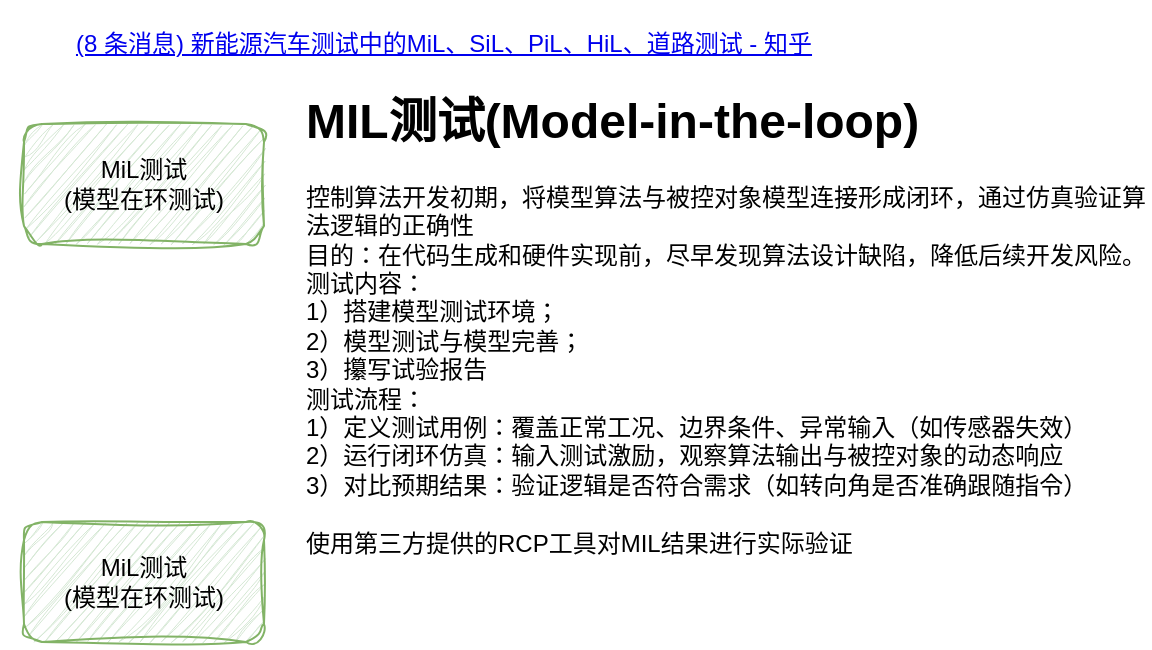
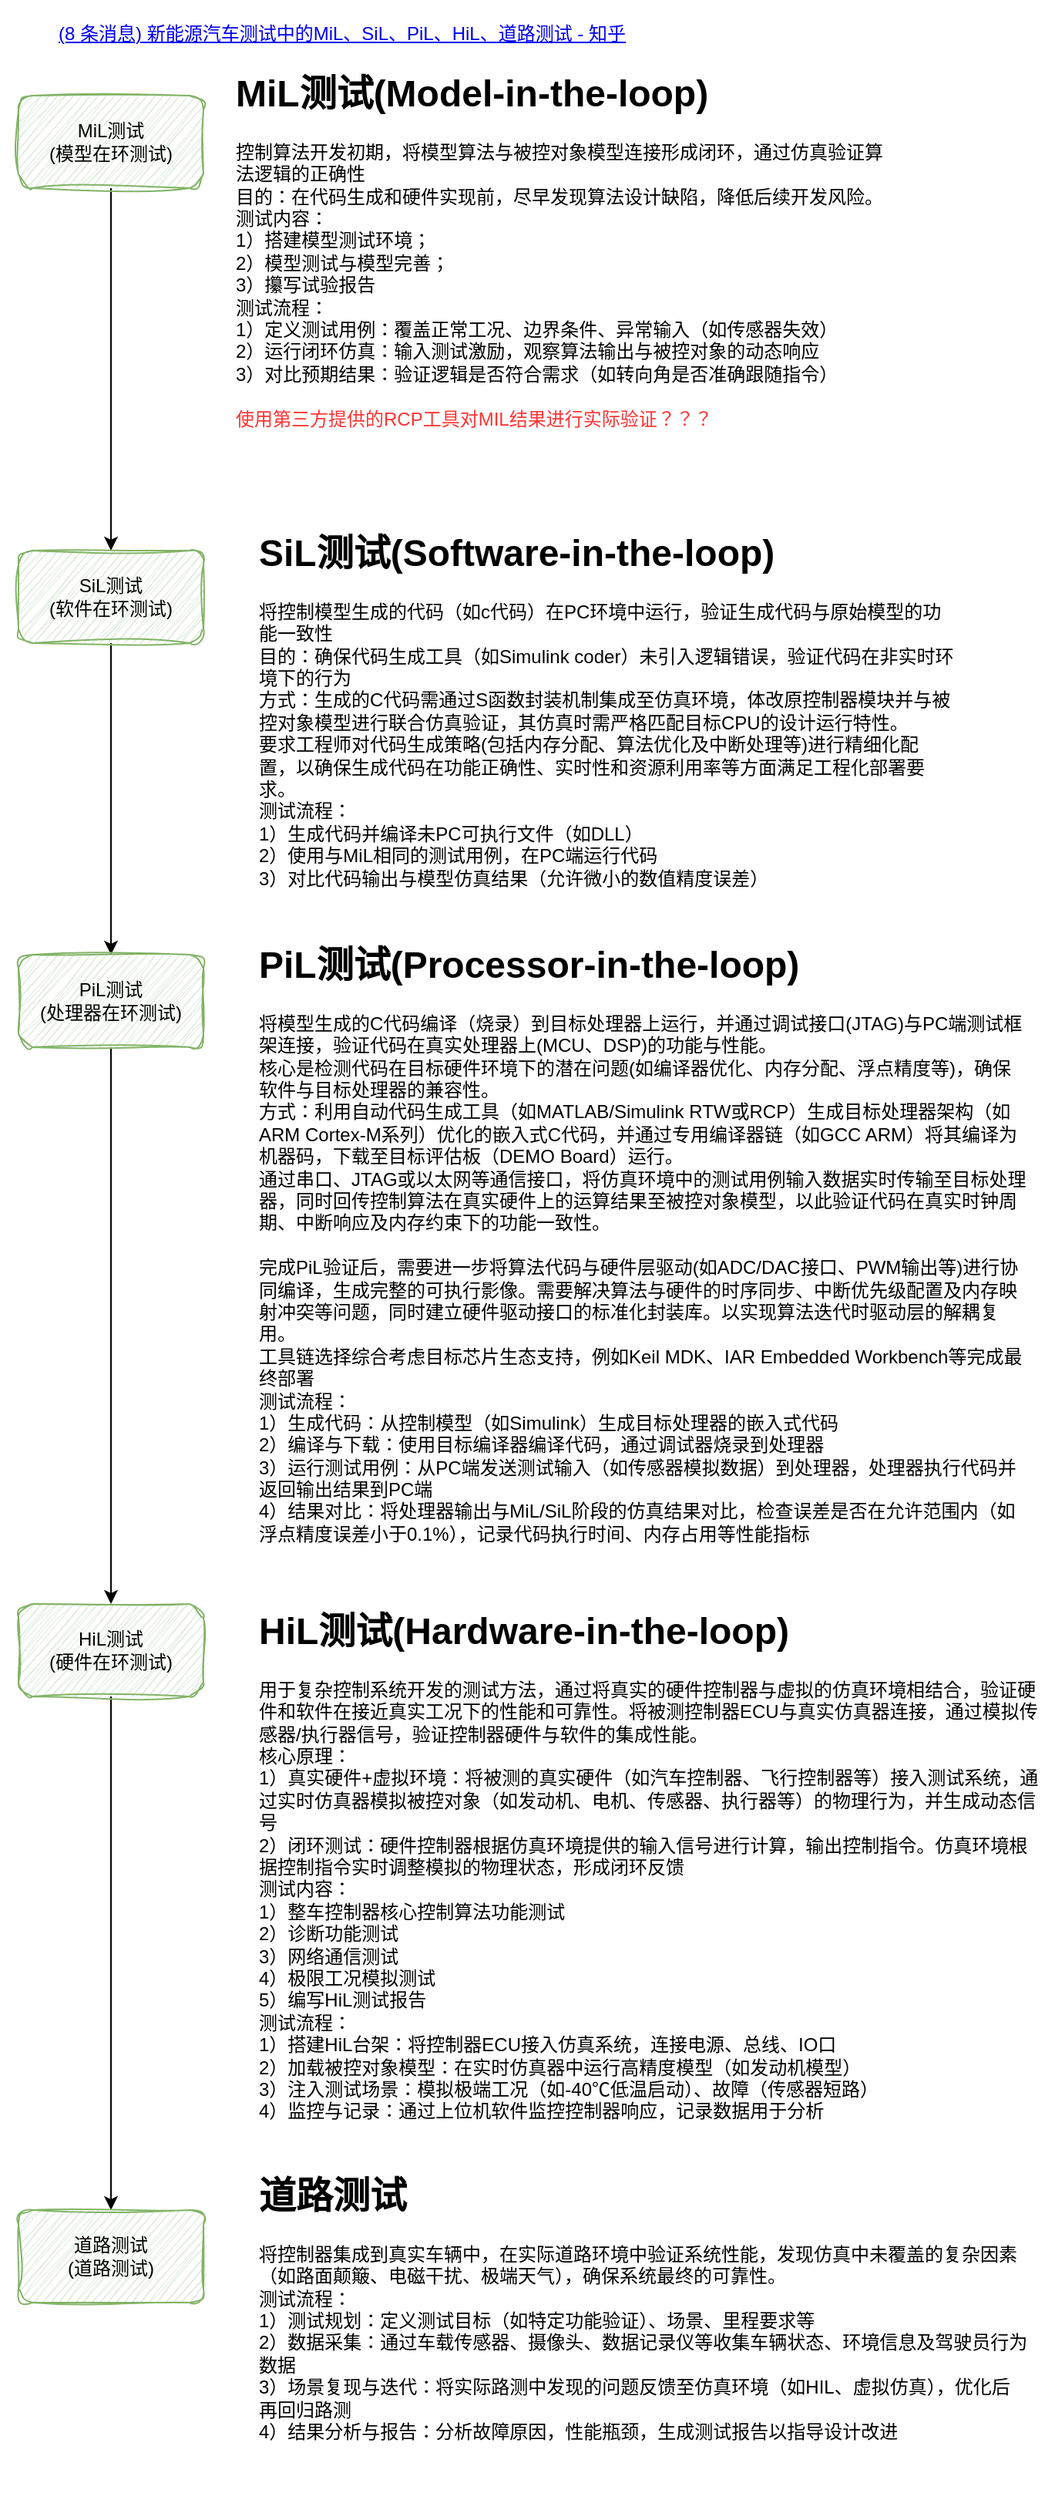
<mxfile host="app.diagrams.net">
  <diagram name="第 1 页" id="SPJzrtFJ2h2y-7jRp7m4">
    <mxGraphModel dx="754" dy="1139" grid="0" gridSize="10" guides="1" tooltips="1" connect="1" arrows="1" fold="1" page="1" pageScale="1" pageWidth="827" pageHeight="1169" math="0" shadow="0">
      <root>
        <mxCell id="0" />
        <mxCell id="1" parent="0" />
+         <mxCell id="-b37v0VHe5EqFnSivpbF-16" edge="1" parent="1" source="mNEA2bSVfQqrhph_DYo6-2" style="edgeStyle=orthogonalEdgeStyle;rounded=0;orthogonalLoop=1;jettySize=auto;html=1;exitX=0.5;exitY=1;exitDx=0;exitDy=0;fontFamily=Helvetica;fontSize=12;fontColor=default;" target="mNEA2bSVfQqrhph_DYo6-3">
+           <mxGeometry relative="1" as="geometry" />
+         </mxCell>
        <mxCell id="mNEA2bSVfQqrhph_DYo6-2" parent="1" style="rounded=1;whiteSpace=wrap;html=1;sketch=1;curveFitting=1;jiggle=2;fillColor=#d5e8d4;strokeColor=#82b366;" value="MiL测试&lt;div&gt;(模型在环测试)&lt;/div&gt;" vertex="1">
          <mxGeometry height="60" width="120" x="41" y="240" as="geometry" />
        </mxCell>
-         <mxCell id="mNEA2bSVfQqrhph_DYo6-3" parent="1" style="rounded=1;whiteSpace=wrap;html=1;sketch=1;curveFitting=1;jiggle=2;fillColor=#d5e8d4;strokeColor=#82b366;" value="MiL测试&lt;div&gt;(模型在环测试)&lt;/div&gt;" vertex="1">
-           <mxGeometry height="60" width="120" x="41" y="439" as="geometry" />
+         <mxCell id="-b37v0VHe5EqFnSivpbF-17" edge="1" parent="1" source="mNEA2bSVfQqrhph_DYo6-3" style="edgeStyle=orthogonalEdgeStyle;rounded=0;orthogonalLoop=1;jettySize=auto;html=1;exitX=0.5;exitY=1;exitDx=0;exitDy=0;fontFamily=Helvetica;fontSize=12;fontColor=default;" target="-b37v0VHe5EqFnSivpbF-9">
+           <mxGeometry relative="1" as="geometry" />
+         </mxCell>
+         <mxCell id="mNEA2bSVfQqrhph_DYo6-3" parent="1" style="rounded=1;whiteSpace=wrap;html=1;sketch=1;curveFitting=1;jiggle=2;fillColor=#d5e8d4;strokeColor=#82b366;" value="SiL测试&lt;div&gt;(软件在环测试)&lt;/div&gt;" vertex="1">
+           <mxGeometry height="60" width="120" x="41" y="535" as="geometry" />
        </mxCell>
        <UserObject label="&#xa;&lt;a href=&quot;https://zhuanlan.zhihu.com/p/1903753229029839860&quot;&gt;(8 条消息) 新能源汽车测试中的MiL、SiL、PiL、HiL、道路测试 - 知乎&lt;/a&gt;&#xa;&#xa;" link="&#xa;&lt;a href=&quot;https://zhuanlan.zhihu.com/p/1903753229029839860&quot;&gt;(8 条消息) 新能源汽车测试中的MiL、SiL、PiL、HiL、道路测试 - 知乎&lt;/a&gt;&#xa;&#xa;" id="-b37v0VHe5EqFnSivpbF-1">
          <mxCell parent="1" style="text;html=1;whiteSpace=wrap;strokeColor=none;fillColor=none;align=center;verticalAlign=middle;rounded=0;fontFamily=Helvetica;fontSize=12;fontColor=default;" vertex="1">
            <mxGeometry height="6" width="444" x="29" y="204" as="geometry" />
          </mxCell>
        </UserObject>
-         <mxCell id="-b37v0VHe5EqFnSivpbF-7" parent="1" style="text;html=1;whiteSpace=wrap;overflow=hidden;rounded=0;fontFamily=Helvetica;fontSize=12;fontColor=default;" value="&lt;h1 style=&quot;margin-top: 0px;&quot;&gt;MIL测试(Model-in-the-loop)&lt;br&gt;&lt;/h1&gt;&lt;div&gt;控制算法开发初期，将模型算法与被控对象模型连接形成闭环，通过仿真验证算法逻辑的正确性&lt;/div&gt;&lt;div&gt;目的：在代码生成和硬件实现前，尽早发现算法设计缺陷，降低后续开发风险。&lt;/div&gt;&lt;div&gt;测试内容：&lt;/div&gt;&lt;div&gt;1）搭建模型测试环境；&lt;/div&gt;&lt;div&gt;2）模型测试与模型完善；&lt;/div&gt;&lt;div&gt;3）攥写试验报告&lt;/div&gt;&lt;div&gt;测试流程：&lt;/div&gt;&lt;div&gt;1）定义测试用例：覆盖正常工况、边界条件、异常输入（如传感器失效）&lt;/div&gt;&lt;div&gt;2）运行闭环仿真：输入测试激励，观察算法输出与被控对象的动态响应&lt;br&gt;&lt;/div&gt;&lt;div&gt;3）对比预期结果：验证逻辑是否符合需求（如转向角是否准确跟随指令）&lt;br&gt;&lt;/div&gt;&lt;div&gt;&lt;br&gt;&lt;/div&gt;&lt;div&gt;使用第三方提供的RCP工具对MIL结果进行实际验证&lt;/div&gt;" vertex="1">
+         <mxCell id="-b37v0VHe5EqFnSivpbF-7" parent="1" style="text;html=1;whiteSpace=wrap;overflow=hidden;rounded=0;fontFamily=Helvetica;fontSize=12;fontColor=default;" value="&lt;h1 style=&quot;margin-top: 0px;&quot;&gt;MiL测试(Model-in-the-loop)&lt;br&gt;&lt;/h1&gt;&lt;div&gt;控制算法开发初期，将模型算法与被控对象模型连接形成闭环，通过仿真验证算法逻辑的正确性&lt;/div&gt;&lt;div&gt;目的：在代码生成和硬件实现前，尽早发现算法设计缺陷，降低后续开发风险。&lt;/div&gt;&lt;div&gt;测试内容：&lt;/div&gt;&lt;div&gt;1）搭建模型测试环境；&lt;/div&gt;&lt;div&gt;2）模型测试与模型完善；&lt;/div&gt;&lt;div&gt;3）攥写试验报告&lt;/div&gt;&lt;div&gt;测试流程：&lt;/div&gt;&lt;div&gt;1）定义测试用例：覆盖正常工况、边界条件、异常输入（如传感器失效）&lt;/div&gt;&lt;div&gt;2）运行闭环仿真：输入测试激励，观察算法输出与被控对象的动态响应&lt;br&gt;&lt;/div&gt;&lt;div&gt;3）对比预期结果：验证逻辑是否符合需求（如转向角是否准确跟随指令）&lt;br&gt;&lt;/div&gt;&lt;div&gt;&lt;br&gt;&lt;/div&gt;&lt;div&gt;&lt;font style=&quot;color: rgb(255, 51, 51);&quot;&gt;使用第三方提供的RCP工具对MIL结果进行实际验证？？？&lt;/font&gt;&lt;/div&gt;" vertex="1">
          <mxGeometry height="281.5" width="424" x="180" y="217.5" as="geometry" />
+         </mxCell>
+         <mxCell id="-b37v0VHe5EqFnSivpbF-8" parent="1" style="text;html=1;whiteSpace=wrap;overflow=hidden;rounded=0;fontFamily=Helvetica;fontSize=12;fontColor=default;" value="&lt;h1 style=&quot;margin-top: 0px;&quot;&gt;SiL测试(Software-in-the-loop)&lt;/h1&gt;&lt;div&gt;将控制模型生成的代码（如c代码）在PC环境中运行，验证生成代码与原始模型的功能一致性&lt;/div&gt;&lt;div&gt;目的：确保代码生成工具（如Simulink coder）未引入逻辑错误，验证代码在非实时环境下的行为&lt;/div&gt;&lt;div&gt;方式：生成的C代码需通过S函数封装机制集成至仿真环境，体改原控制器模块并与被控对象模型进行联合仿真验证，其仿真时需严格匹配目标CPU的设计运行特性。&lt;/div&gt;&lt;div&gt;要求工程师对代码生成策略(包括内存分配、算法优化及中断处理等)进行精细化配置，以确保生成代码在功能正确性、实时性和资源利用率等方面满足工程化部署要求。&lt;/div&gt;&lt;div&gt;测试流程：&lt;/div&gt;&lt;div&gt;1）生成代码并编译未PC可执行文件（如DLL）&lt;/div&gt;&lt;div&gt;2）使用与MiL相同的测试用例，在PC端运行代码&lt;/div&gt;&lt;div&gt;3）对比代码输出与模型仿真结果（允许微小的数值精度误差）&lt;/div&gt;&lt;div&gt;&lt;br&gt;&lt;/div&gt;&lt;div&gt;&lt;br&gt;&lt;/div&gt;&lt;div&gt;&lt;br&gt;&lt;/div&gt;&lt;div&gt;&lt;br&gt;&lt;/div&gt;" vertex="1">
+           <mxGeometry height="243" width="453" x="195" y="516" as="geometry" />
+         </mxCell>
+         <mxCell id="-b37v0VHe5EqFnSivpbF-18" edge="1" parent="1" source="-b37v0VHe5EqFnSivpbF-9" style="edgeStyle=orthogonalEdgeStyle;rounded=0;orthogonalLoop=1;jettySize=auto;html=1;exitX=0.5;exitY=1;exitDx=0;exitDy=0;fontFamily=Helvetica;fontSize=12;fontColor=default;" target="-b37v0VHe5EqFnSivpbF-11">
+           <mxGeometry relative="1" as="geometry" />
+         </mxCell>
+         <mxCell id="-b37v0VHe5EqFnSivpbF-9" parent="1" style="rounded=1;whiteSpace=wrap;html=1;sketch=1;curveFitting=1;jiggle=2;fillColor=#d5e8d4;strokeColor=#82b366;" value="PiL测试&lt;div&gt;(处理器在环测试)&lt;/div&gt;" vertex="1">
+           <mxGeometry height="60" width="120" x="41" y="797" as="geometry" />
+         </mxCell>
+         <mxCell id="-b37v0VHe5EqFnSivpbF-10" parent="1" style="text;html=1;whiteSpace=wrap;overflow=hidden;rounded=0;fontFamily=Helvetica;fontSize=12;fontColor=default;" value="&lt;h1 style=&quot;margin-top: 0px;&quot;&gt;PiL测试(Processor-in-the-loop)&lt;/h1&gt;&lt;div&gt;将模型生成的C代码编译（烧录）到目标处理器上运行，并通过调试接口(JTAG)与PC端测试框架连接，验证代码在真实处理器上(MCU、DSP&lt;span style=&quot;background-color: transparent; color: light-dark(rgb(0, 0, 0), rgb(255, 255, 255));&quot;&gt;)的功能与性能。&lt;/span&gt;&lt;/div&gt;&lt;div&gt;&lt;span style=&quot;background-color: transparent; color: light-dark(rgb(0, 0, 0), rgb(255, 255, 255));&quot;&gt;核心是检测代码在目标硬件环境下的潜在问题(如编译器优化、内存分配、浮点精度等)，确保软件与目标处理器的兼容性。&lt;/span&gt;&lt;/div&gt;&lt;div&gt;&lt;span style=&quot;background-color: transparent; color: light-dark(rgb(0, 0, 0), rgb(255, 255, 255));&quot;&gt;方式：利用自动代码生成工具（如MATLAB/Simulink RTW或RCP）生成目标处理器架构（如ARM Cortex-M系列）优化的嵌入式C代码，并通过专用编译器链（如GCC ARM）将其编译为机器码，下载至目标评估板（DEMO Board）运行。&lt;/span&gt;&lt;/div&gt;&lt;div&gt;&lt;span style=&quot;background-color: transparent; color: light-dark(rgb(0, 0, 0), rgb(255, 255, 255));&quot;&gt;通过串口、JTAG或以太网等通信接口，将仿真环境中的测试用例输入数据实时传输至目标处理器，同时回传控制算法在真实硬件上的运算结果至被控对象模型，以此验证代码在真实时钟周期、中断响应及内存约束下的功能一致性。&lt;/span&gt;&lt;/div&gt;&lt;div&gt;&lt;span style=&quot;background-color: transparent; color: light-dark(rgb(0, 0, 0), rgb(255, 255, 255));&quot;&gt;&lt;br&gt;&lt;/span&gt;&lt;/div&gt;&lt;div&gt;完成PiL验证后，需要进一步将算法代码与硬件层驱动(如ADC/DAC接口、PWM输出等)进行协同编译，生成完整的可执行影像。需要解决算法与硬件的时序同步、中断优先级配置及内存映射冲突等问题，同时建立硬件驱动接口的标准化封装库。以实现算法迭代时驱动层的解耦复用。&lt;/div&gt;&lt;div&gt;工具链选择综合考虑目标芯片生态支持，例如Keil MDK、IAR Embedded Workbench等完成最终部署&lt;/div&gt;&lt;div&gt;&lt;span style=&quot;background-color: transparent; color: light-dark(rgb(0, 0, 0), rgb(255, 255, 255));&quot;&gt;测试流程：&lt;/span&gt;&lt;/div&gt;&lt;div&gt;&lt;span style=&quot;background-color: transparent; color: light-dark(rgb(0, 0, 0), rgb(255, 255, 255));&quot;&gt;1）生成代码：从控制模型（如Simulink）生成目标处理器的嵌入式代码&lt;/span&gt;&lt;/div&gt;&lt;div&gt;&lt;span style=&quot;background-color: transparent; color: light-dark(rgb(0, 0, 0), rgb(255, 255, 255));&quot;&gt;2）编译与下载：使用目标编译器编译代码，通过调试器烧录到处理器&lt;/span&gt;&lt;/div&gt;&lt;div&gt;&lt;span style=&quot;background-color: transparent; color: light-dark(rgb(0, 0, 0), rgb(255, 255, 255));&quot;&gt;3）运行测试用例：从PC端发送测试输入（如传感器模拟数据）到处理器，处理器执行代码并返回输出结果到PC端&lt;/span&gt;&lt;/div&gt;&lt;div&gt;&lt;span style=&quot;background-color: transparent; color: light-dark(rgb(0, 0, 0), rgb(255, 255, 255));&quot;&gt;4）结果对比：将处理器输出与MiL/SiL阶段的仿真结果对比，检查误差是否在允许范围内（如浮点精度误差小于0.1%），记录代码执行时间、内存占用等性能指标&lt;/span&gt;&lt;/div&gt;&lt;div&gt;&lt;span style=&quot;background-color: transparent; color: light-dark(rgb(0, 0, 0), rgb(255, 255, 255));&quot;&gt;&lt;br&gt;&lt;/span&gt;&lt;/div&gt;" vertex="1">
+           <mxGeometry height="417" width="500" x="195" y="783" as="geometry" />
+         </mxCell>
+         <mxCell id="-b37v0VHe5EqFnSivpbF-19" edge="1" parent="1" source="-b37v0VHe5EqFnSivpbF-11" style="edgeStyle=orthogonalEdgeStyle;rounded=0;orthogonalLoop=1;jettySize=auto;html=1;exitX=0.5;exitY=1;exitDx=0;exitDy=0;entryX=0.5;entryY=0;entryDx=0;entryDy=0;fontFamily=Helvetica;fontSize=12;fontColor=default;" target="-b37v0VHe5EqFnSivpbF-14">
+           <mxGeometry relative="1" as="geometry" />
+         </mxCell>
+         <mxCell id="-b37v0VHe5EqFnSivpbF-11" parent="1" style="rounded=1;whiteSpace=wrap;html=1;sketch=1;curveFitting=1;jiggle=2;fillColor=#d5e8d4;strokeColor=#82b366;" value="HiL测试&lt;div&gt;(硬件在环测试)&lt;/div&gt;" vertex="1">
+           <mxGeometry height="60" width="120" x="41" y="1218" as="geometry" />
+         </mxCell>
+         <mxCell id="-b37v0VHe5EqFnSivpbF-12" parent="1" style="text;html=1;whiteSpace=wrap;overflow=hidden;rounded=0;fontFamily=Helvetica;fontSize=12;fontColor=default;" value="&lt;h1 style=&quot;margin-top: 0px;&quot;&gt;HiL测试(Hardware-in-the-loop)&lt;/h1&gt;&lt;div&gt;用于复杂控制系统开发的测试方法，通过将真实的硬件控制器与虚拟的仿真环境相结合，验证硬件和软件在接近真实工况下的性能和可靠性。将被测控制器ECU与真实仿真器连接，通过模拟传感器/执行器信号，验证控制器硬件与软件的集成性能。&lt;/div&gt;&lt;div&gt;核心原理：&lt;/div&gt;&lt;div&gt;1）真实硬件+虚拟环境：将被测的真实硬件（如汽车控制器、飞行控制器等）接入测试系统，通过实时仿真器模拟被控对象（如发动机、电机、传感器、执行器等）的物理行为，并生成动态信号&lt;/div&gt;&lt;div&gt;2）闭环测试：硬件控制器根据仿真环境提供的输入信号进行计算，输出控制指令。仿真环境根据控制指令实时调整模拟的物理状态，形成闭环反馈&lt;/div&gt;&lt;div&gt;测试内容：&lt;/div&gt;&lt;div&gt;1）整车控制器核心控制算法功能测试&lt;/div&gt;&lt;div&gt;2）诊断功能测试&lt;/div&gt;&lt;div&gt;3）网络通信测试&lt;/div&gt;&lt;div&gt;4）极限工况模拟测试&lt;/div&gt;&lt;div&gt;5）编写HiL测试报告&lt;/div&gt;&lt;div&gt;测试流程：&lt;/div&gt;&lt;div&gt;1）搭建HiL台架：将控制器ECU接入仿真系统，连接电源、总线、IO口&lt;/div&gt;&lt;div&gt;2）加载被控对象模型：在实时仿真器中运行高精度模型（如发动机模型）&lt;/div&gt;&lt;div&gt;3）注入测试场景：模拟极端工况（如-40℃低温启动）、故障（传感器短路）&lt;/div&gt;&lt;div&gt;4）监控与记录：通过上位机软件监控控制器响应，记录数据用于分析&lt;/div&gt;&lt;div&gt;&lt;br&gt;&lt;/div&gt;" vertex="1">
+           <mxGeometry height="346" width="511" x="195" y="1215" as="geometry" />
+         </mxCell>
+         <mxCell id="-b37v0VHe5EqFnSivpbF-14" parent="1" style="rounded=1;whiteSpace=wrap;html=1;sketch=1;curveFitting=1;jiggle=2;fillColor=#d5e8d4;strokeColor=#82b366;" value="道路测试&lt;div&gt;(道路测试)&lt;/div&gt;" vertex="1">
+           <mxGeometry height="60" width="120" x="41" y="1611" as="geometry" />
+         </mxCell>
+         <mxCell id="-b37v0VHe5EqFnSivpbF-15" parent="1" style="text;html=1;whiteSpace=wrap;overflow=hidden;rounded=0;fontFamily=Helvetica;fontSize=12;fontColor=default;" value="&lt;h1 style=&quot;margin-top: 0px;&quot;&gt;道路测试&lt;/h1&gt;&lt;div&gt;将控制器集成到真实车辆中，在实际道路环境中验证系统性能，发现仿真中未覆盖的复杂因素（如路面颠簸、电磁干扰、极端天气），确保系统最终的可靠性。&lt;/div&gt;&lt;div&gt;测试流程：&lt;/div&gt;&lt;div&gt;1）测试规划：定义测试目标（如特定功能验证）、场景、里程要求等&lt;/div&gt;&lt;div&gt;2）数据采集：通过车载传感器、摄像头、数据记录仪等收集车辆状态、环境信息及驾驶员行为数据&lt;/div&gt;&lt;div&gt;3）场景复现与迭代：将实际路测中发现的问题反馈至仿真环境（如HIL、虚拟仿真），优化后再回归路测&lt;/div&gt;&lt;div&gt;4）结果分析与报告：分析故障原因，性能瓶颈，生成测试报告以指导设计改进&lt;/div&gt;&lt;div&gt;&lt;br&gt;&lt;/div&gt;&lt;div&gt;&lt;br&gt;&lt;/div&gt;" vertex="1">
+           <mxGeometry height="214" width="501" x="195" y="1581" as="geometry" />
        </mxCell>
      </root>
    </mxGraphModel>
  </diagram>
</mxfile>
